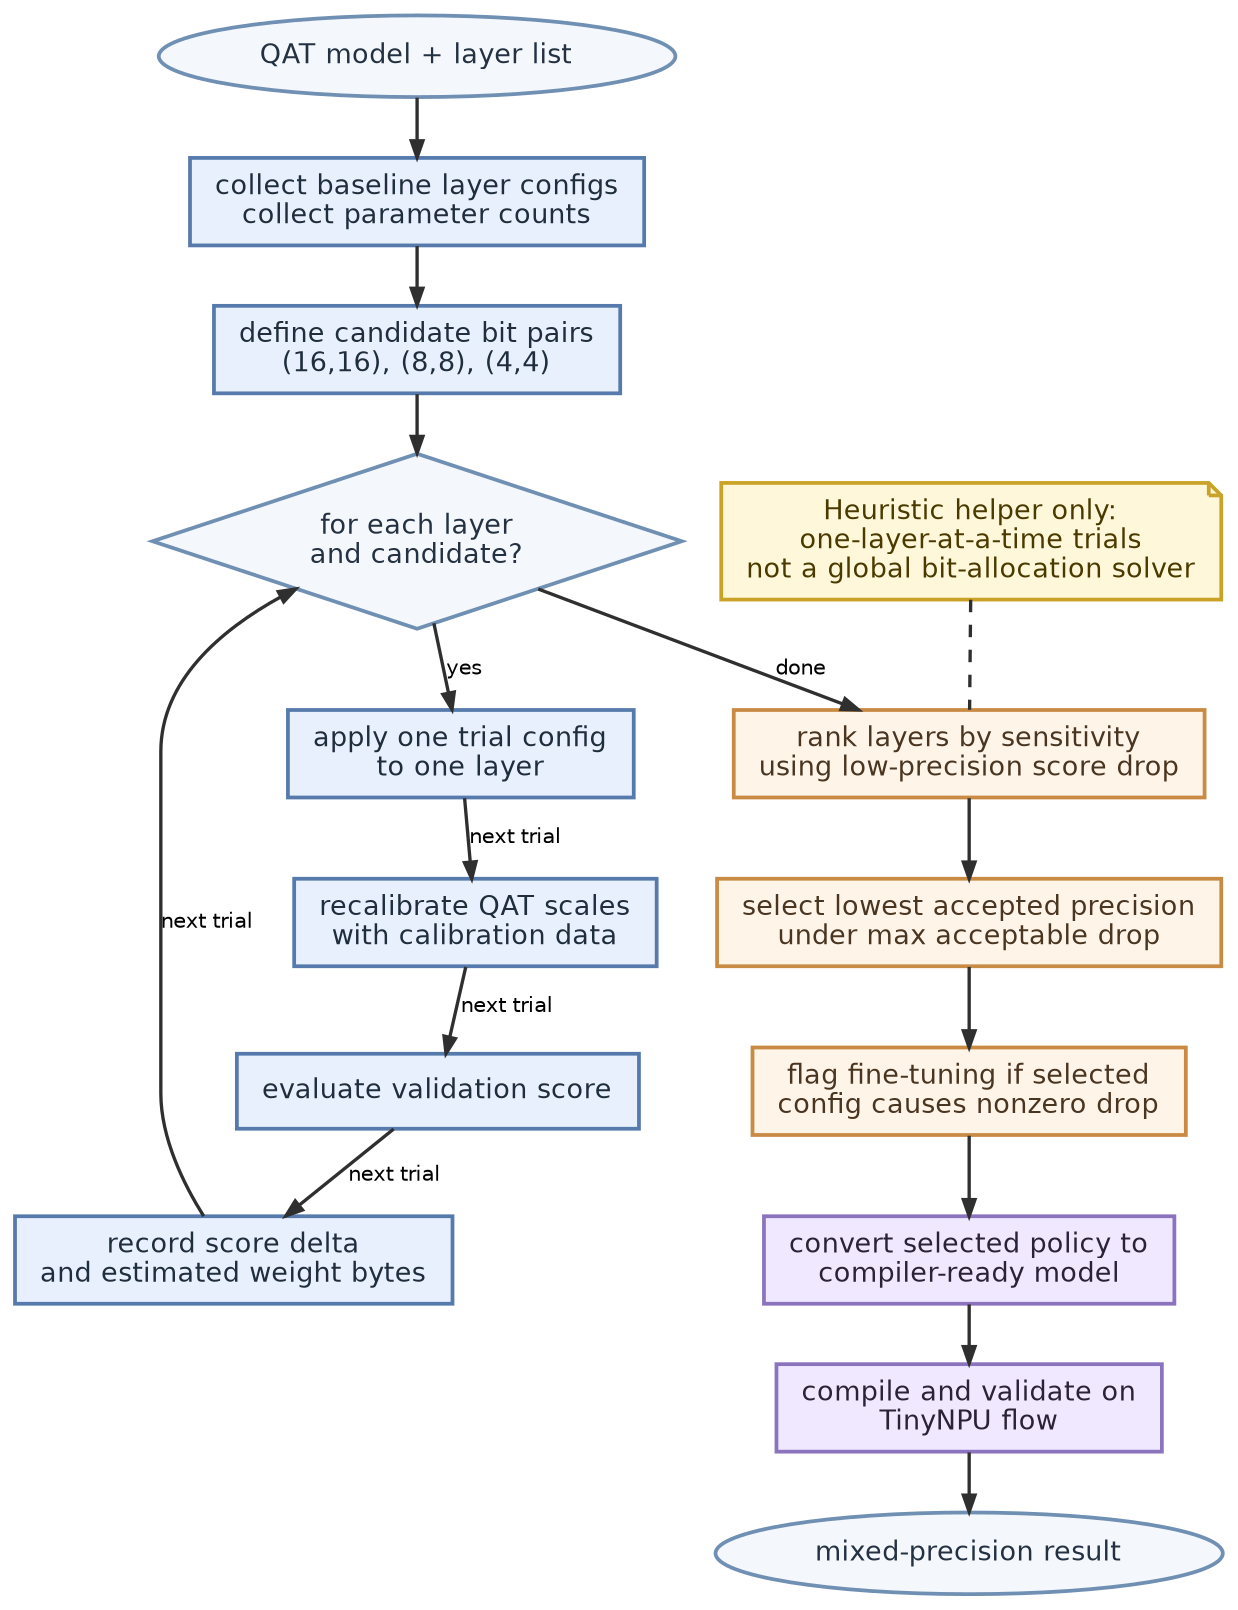
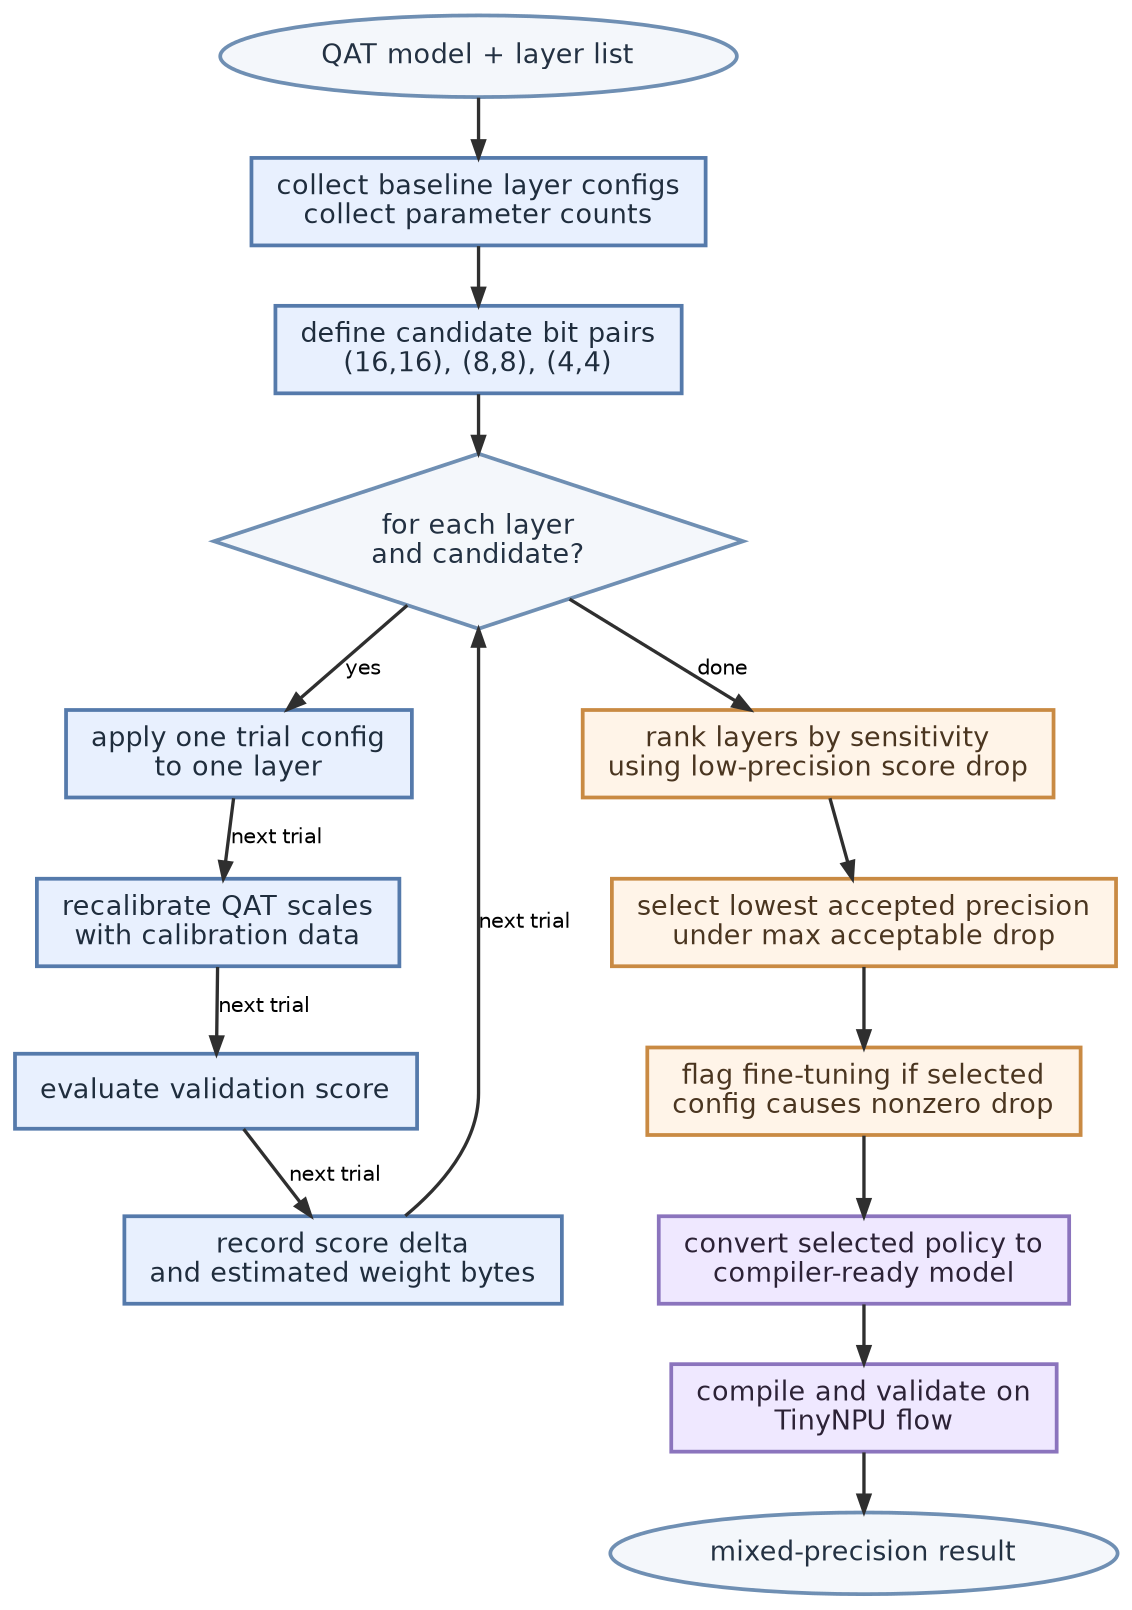
digraph TinyNPUBitSelectionFlow {
    graph [
        rankdir=TB,
        splines=true,
        pad=0.10,
        nodesep=0.26,
        ranksep=0.38,
        bgcolor="white",
        fontname="Helvetica",
        fontsize=18
    ];

    node [
        shape=box,
        style="filled",
        fontname="Helvetica",
        fontsize=13,
        penwidth=1.8,
        margin="0.16,0.10"
    ];

    edge [
        fontname="Helvetica",
        fontsize=10,
        color="#2f2f2f",
        penwidth=1.6,
        arrowsize=0.8
    ];

    Start [shape=ellipse, label="QAT model + layer list", fillcolor="#F4F7FB", color="#6F8FB3", fontcolor="#233142"];
    Baseline [label="collect baseline layer configs\ncollect parameter counts", fillcolor="#E8F0FE", color="#557AAB", fontcolor="#1f2d3d"];
    Candidates [label="define candidate bit pairs\n(16,16), (8,8), (4,4)", fillcolor="#E8F0FE", color="#557AAB", fontcolor="#1f2d3d"];
    Loop [shape=diamond, label="for each layer\nand candidate?", fillcolor="#F4F7FB", color="#6F8FB3", fontcolor="#233142"];

    Apply [label="apply one trial config\nto one layer", fillcolor="#E8F0FE", color="#557AAB", fontcolor="#1f2d3d"];
    Recal [label="recalibrate QAT scales\nwith calibration data", fillcolor="#E8F0FE", color="#557AAB", fontcolor="#1f2d3d"];
    Eval [label="evaluate validation score", fillcolor="#E8F0FE", color="#557AAB", fontcolor="#1f2d3d"];
    Record [label="record score delta\nand estimated weight bytes", fillcolor="#E8F0FE", color="#557AAB", fontcolor="#1f2d3d"];

    Rank [label="rank layers by sensitivity\nusing low-precision score drop", fillcolor="#FFF4E8", color="#C98A43", fontcolor="#4A3520"];
    Select [label="select lowest accepted precision\nunder max acceptable drop", fillcolor="#FFF4E8", color="#C98A43", fontcolor="#4A3520"];
    FineTune [label="flag fine-tuning if selected\nconfig causes nonzero drop", fillcolor="#FFF4E8", color="#C98A43", fontcolor="#4A3520"];

    Convert [label="convert selected policy to\ncompiler-ready model", fillcolor="#EFE8FF", color="#8B74BD", fontcolor="#2C2236"];
    Compile [label="compile and validate on\nTinyNPU flow", fillcolor="#EFE8FF", color="#8B74BD", fontcolor="#2C2236"];
    Done [shape=ellipse, label="mixed-precision result", fillcolor="#F4F7FB", color="#6F8FB3", fontcolor="#233142"];

-     Note [shape=note, label="Heuristic helper only:\none-layer-at-a-time trials\nnot a global bit-allocation solver", fillcolor="#FFF7D9", color="#C9A227", fontcolor="#4A3A00"];
- 
    Start -> Baseline -> Candidates -> Loop;
    Loop -> Apply [label="yes"];
    Apply -> Recal -> Eval -> Record -> Loop [label="next trial"];
    Loop -> Rank [label="done"];
    Rank -> Select -> FineTune -> Convert -> Compile -> Done;
- 
-     Note -> Rank [style=dashed, arrowhead=none];
}
